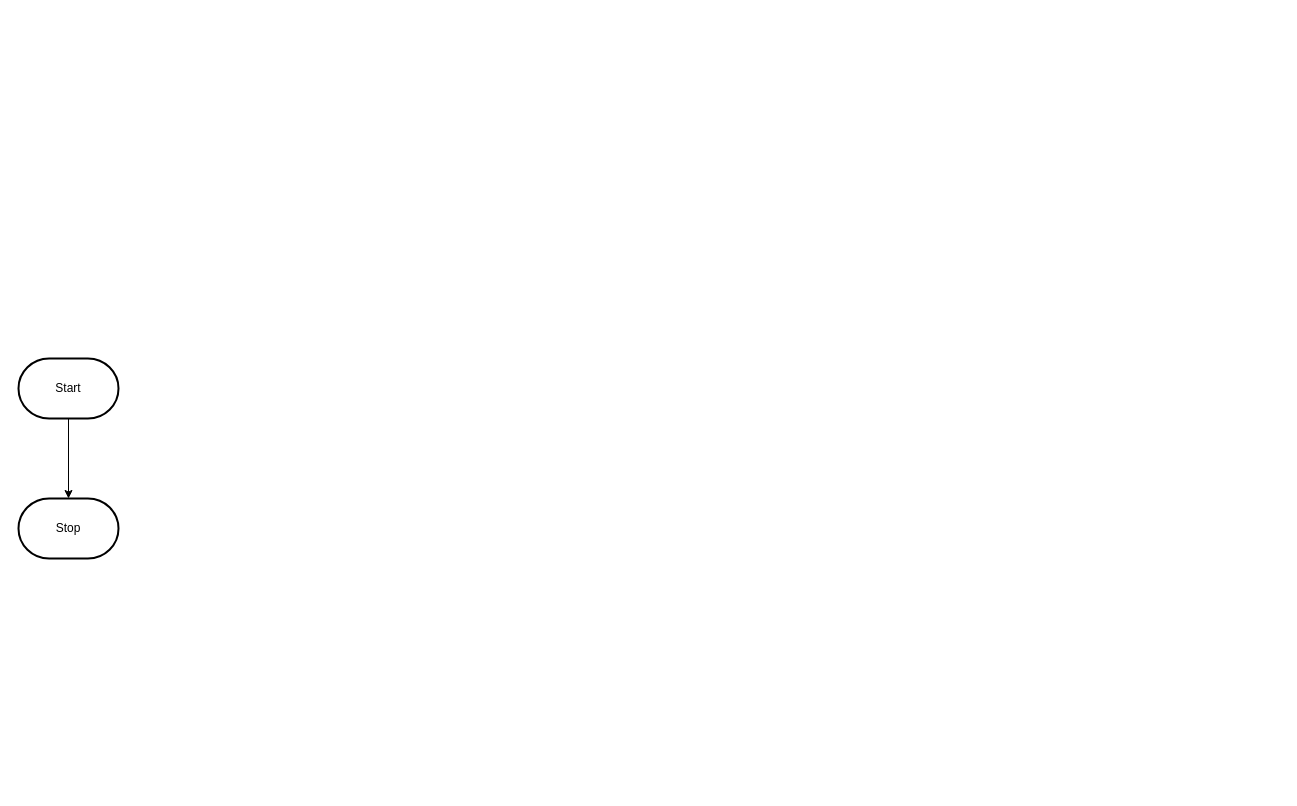
This is design/flowchart.drawio from MTHS-ICS2O-2-2022/ICS2O-Assignment-04-Mohamad-Tanbari, a draw.io file, before an edit. Source tidied: cells renumbered, new cells numbered last; positions are measured from the earlier drawing's top-left corner, leaving out a move shared by most shapes. Both pictures are drawn from the tidied source at 100%, with x=0, y=0 at pixel (18, 358).
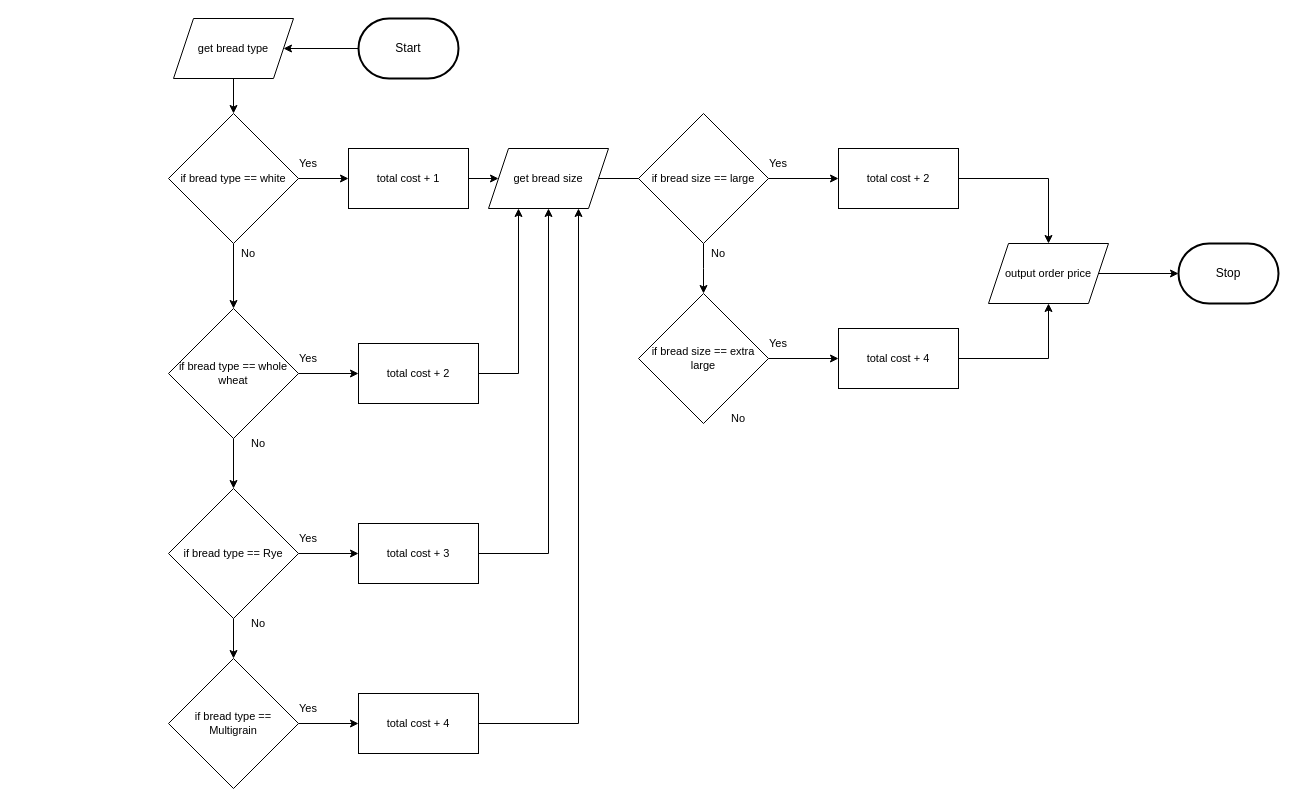
The same page after the edit.

The edit, as a diff of the source:
```diff
@@
-    <mxCell id="2" style="edgeStyle=orthogonalEdgeStyle;html=1;rounded=0;" parent="1" edge="1" source="3" target="4">
-      <mxGeometry relative="1" as="geometry" />
-    </mxCell>
+    <mxCell id="5" style="edgeStyle=orthogonalEdgeStyle;shape=connector;rounded=0;html=1;labelBackgroundColor=default;strokeColor=default;fontFamily=Helvetica;fontSize=11;fontColor=default;endArrow=classic;" parent="1" edge="1" source="3" target="2">
+      <mxGeometry relative="1" as="geometry" />
+    </mxCell>
     <mxCell id="3" value="Start" style="strokeWidth=2;html=1;shape=mxgraph.flowchart.terminator;whiteSpace=wrap;" parent="1" vertex="1">
-      <mxGeometry width="100" height="60" as="geometry" />
+      <mxGeometry x="340" y="-340" width="100" height="60" as="geometry" />
     </mxCell>
     <mxCell id="4" value="Stop" style="strokeWidth=2;html=1;shape=mxgraph.flowchart.terminator;whiteSpace=wrap;" parent="1" vertex="1">
-      <mxGeometry y="140" width="100" height="60" as="geometry" />
+      <mxGeometry x="1160" y="-115" width="100" height="60" as="geometry" />
     </mxCell>
+    <mxCell id="6" style="edgeStyle=orthogonalEdgeStyle;shape=connector;rounded=0;html=1;entryX=0.5;entryY=0;entryDx=0;entryDy=0;labelBackgroundColor=default;strokeColor=default;fontFamily=Helvetica;fontSize=11;fontColor=default;endArrow=classic;" parent="1" edge="1" source="2" target="9">
+      <mxGeometry relative="1" as="geometry" />
+    </mxCell>
+    <mxCell id="2" value="get bread type" style="shape=parallelogram;perimeter=parallelogramPerimeter;whiteSpace=wrap;html=1;fixedSize=1;fontFamily=Helvetica;fontSize=11;fontColor=default;" parent="1" vertex="1">
+      <mxGeometry x="155" y="-340" width="120" height="60" as="geometry" />
+    </mxCell>
+    <mxCell id="7" style="edgeStyle=orthogonalEdgeStyle;shape=connector;rounded=0;html=1;entryX=0;entryY=0.5;entryDx=0;entryDy=0;labelBackgroundColor=default;strokeColor=default;fontFamily=Helvetica;fontSize=11;fontColor=default;endArrow=classic;" parent="1" edge="1" source="9" target="11">
+      <mxGeometry relative="1" as="geometry" />
+    </mxCell>
+    <mxCell id="8" style="edgeStyle=orthogonalEdgeStyle;shape=connector;rounded=0;html=1;labelBackgroundColor=default;strokeColor=default;fontFamily=Helvetica;fontSize=11;fontColor=default;endArrow=classic;entryX=0.5;entryY=0;entryDx=0;entryDy=0;" parent="1" edge="1" source="9" target="16">
+      <mxGeometry relative="1" as="geometry" />
+    </mxCell>
+    <mxCell id="9" value="if bread type == white" style="rhombus;whiteSpace=wrap;html=1;fontFamily=Helvetica;fontSize=11;fontColor=default;" parent="1" vertex="1">
+      <mxGeometry x="150" y="-245" width="130" height="130" as="geometry" />
+    </mxCell>
+    <mxCell id="10" style="edgeStyle=orthogonalEdgeStyle;shape=connector;rounded=0;html=1;entryX=0;entryY=0.5;entryDx=0;entryDy=0;labelBackgroundColor=default;strokeColor=default;fontFamily=Helvetica;fontSize=11;fontColor=default;endArrow=classic;" parent="1" edge="1" source="11" target="34">
+      <mxGeometry relative="1" as="geometry" />
+    </mxCell>
+    <mxCell id="11" value="total cost + 1" style="rounded=0;whiteSpace=wrap;html=1;fontFamily=Helvetica;fontSize=11;fontColor=default;" parent="1" vertex="1">
+      <mxGeometry x="330" y="-210" width="120" height="60" as="geometry" />
+    </mxCell>
+    <mxCell id="12" value="No" style="text;html=1;strokeColor=none;fillColor=none;align=center;verticalAlign=middle;whiteSpace=wrap;rounded=0;fontFamily=Helvetica;fontSize=11;fontColor=default;" parent="1" vertex="1">
+      <mxGeometry x="200" y="-120" width="60" height="30" as="geometry" />
+    </mxCell>
+    <mxCell id="13" value="Yes" style="text;html=1;strokeColor=none;fillColor=none;align=center;verticalAlign=middle;whiteSpace=wrap;rounded=0;fontFamily=Helvetica;fontSize=11;fontColor=default;" parent="1" vertex="1">
+      <mxGeometry x="260" y="-210" width="60" height="30" as="geometry" />
+    </mxCell>
+    <mxCell id="14" style="edgeStyle=orthogonalEdgeStyle;shape=connector;rounded=0;html=1;entryX=0;entryY=0.5;entryDx=0;entryDy=0;labelBackgroundColor=default;strokeColor=default;fontFamily=Helvetica;fontSize=11;fontColor=default;endArrow=classic;" parent="1" edge="1" source="16" target="18">
+      <mxGeometry relative="1" as="geometry" />
+    </mxCell>
+    <mxCell id="15" style="edgeStyle=orthogonalEdgeStyle;shape=connector;rounded=0;html=1;labelBackgroundColor=default;strokeColor=default;fontFamily=Helvetica;fontSize=11;fontColor=default;endArrow=classic;" parent="1" edge="1" source="16" target="25">
+      <mxGeometry relative="1" as="geometry" />
+    </mxCell>
+    <mxCell id="16" value="if bread type == whole wheat" style="rhombus;whiteSpace=wrap;html=1;fontFamily=Helvetica;fontSize=11;fontColor=default;" parent="1" vertex="1">
+      <mxGeometry x="150" y="-50" width="130" height="130" as="geometry" />
+    </mxCell>
+    <mxCell id="17" style="edgeStyle=orthogonalEdgeStyle;shape=connector;rounded=0;html=1;entryX=0.25;entryY=1;entryDx=0;entryDy=0;labelBackgroundColor=default;strokeColor=default;fontFamily=Helvetica;fontSize=11;fontColor=default;endArrow=classic;" parent="1" edge="1" source="18" target="34">
+      <mxGeometry relative="1" as="geometry" />
+    </mxCell>
+    <mxCell id="18" value="total cost + 2" style="rounded=0;whiteSpace=wrap;html=1;fontFamily=Helvetica;fontSize=11;fontColor=default;" parent="1" vertex="1">
+      <mxGeometry x="340" y="-15" width="120" height="60" as="geometry" />
+    </mxCell>
+    <mxCell id="19" value="Yes" style="text;html=1;strokeColor=none;fillColor=none;align=center;verticalAlign=middle;whiteSpace=wrap;rounded=0;fontFamily=Helvetica;fontSize=11;fontColor=default;" parent="1" vertex="1">
+      <mxGeometry x="260" y="-15" width="60" height="30" as="geometry" />
+    </mxCell>
+    <mxCell id="20" style="edgeStyle=orthogonalEdgeStyle;shape=connector;rounded=0;html=1;entryX=0;entryY=0.5;entryDx=0;entryDy=0;labelBackgroundColor=default;strokeColor=default;fontFamily=Helvetica;fontSize=11;fontColor=default;endArrow=classic;" parent="1" edge="1" source="25" target="22">
+      <mxGeometry relative="1" as="geometry" />
+    </mxCell>
+    <mxCell id="21" style="edgeStyle=orthogonalEdgeStyle;shape=connector;rounded=0;html=1;entryX=0.5;entryY=1;entryDx=0;entryDy=0;labelBackgroundColor=default;strokeColor=default;fontFamily=Helvetica;fontSize=11;fontColor=default;endArrow=classic;" parent="1" edge="1" source="22" target="34">
+      <mxGeometry relative="1" as="geometry" />
+    </mxCell>
+    <mxCell id="22" value="total cost + 3" style="rounded=0;whiteSpace=wrap;html=1;fontFamily=Helvetica;fontSize=11;fontColor=default;" parent="1" vertex="1">
+      <mxGeometry x="340" y="165" width="120" height="60" as="geometry" />
+    </mxCell>
+    <mxCell id="23" value="Yes" style="text;html=1;strokeColor=none;fillColor=none;align=center;verticalAlign=middle;whiteSpace=wrap;rounded=0;fontFamily=Helvetica;fontSize=11;fontColor=default;" parent="1" vertex="1">
+      <mxGeometry x="260" y="165" width="60" height="30" as="geometry" />
+    </mxCell>
+    <mxCell id="24" style="edgeStyle=orthogonalEdgeStyle;shape=connector;rounded=0;html=1;labelBackgroundColor=default;strokeColor=default;fontFamily=Helvetica;fontSize=11;fontColor=default;endArrow=classic;" parent="1" edge="1" source="25" target="30">
+      <mxGeometry relative="1" as="geometry" />
+    </mxCell>
+    <mxCell id="25" value="if bread type == Rye" style="rhombus;whiteSpace=wrap;html=1;fontFamily=Helvetica;fontSize=11;fontColor=default;" parent="1" vertex="1">
+      <mxGeometry x="150" y="130" width="130" height="130" as="geometry" />
+    </mxCell>
+    <mxCell id="26" style="edgeStyle=orthogonalEdgeStyle;shape=connector;rounded=0;html=1;entryX=0;entryY=0.5;entryDx=0;entryDy=0;labelBackgroundColor=default;strokeColor=default;fontFamily=Helvetica;fontSize=11;fontColor=default;endArrow=classic;" parent="1" edge="1" source="30" target="28">
+      <mxGeometry relative="1" as="geometry" />
+    </mxCell>
+    <mxCell id="27" style="edgeStyle=orthogonalEdgeStyle;shape=connector;rounded=0;html=1;entryX=0.75;entryY=1;entryDx=0;entryDy=0;labelBackgroundColor=default;strokeColor=default;fontFamily=Helvetica;fontSize=11;fontColor=default;endArrow=classic;" parent="1" edge="1" source="28" target="34">
+      <mxGeometry relative="1" as="geometry" />
+    </mxCell>
+    <mxCell id="28" value="total cost + 4" style="rounded=0;whiteSpace=wrap;html=1;fontFamily=Helvetica;fontSize=11;fontColor=default;" parent="1" vertex="1">
+      <mxGeometry x="340" y="335" width="120" height="60" as="geometry" />
+    </mxCell>
+    <mxCell id="29" value="Yes" style="text;html=1;strokeColor=none;fillColor=none;align=center;verticalAlign=middle;whiteSpace=wrap;rounded=0;fontFamily=Helvetica;fontSize=11;fontColor=default;" parent="1" vertex="1">
+      <mxGeometry x="260" y="335" width="60" height="30" as="geometry" />
+    </mxCell>
+    <mxCell id="30" value="if bread type == &lt;br&gt;Multigrain" style="rhombus;whiteSpace=wrap;html=1;fontFamily=Helvetica;fontSize=11;fontColor=default;" parent="1" vertex="1">
+      <mxGeometry x="150" y="300" width="130" height="130" as="geometry" />
+    </mxCell>
+    <mxCell id="31" value="No" style="text;html=1;strokeColor=none;fillColor=none;align=center;verticalAlign=middle;whiteSpace=wrap;rounded=0;fontFamily=Helvetica;fontSize=11;fontColor=default;" parent="1" vertex="1">
+      <mxGeometry x="210" y="70" width="60" height="30" as="geometry" />
+    </mxCell>
+    <mxCell id="32" value="No" style="text;html=1;strokeColor=none;fillColor=none;align=center;verticalAlign=middle;whiteSpace=wrap;rounded=0;fontFamily=Helvetica;fontSize=11;fontColor=default;" parent="1" vertex="1">
+      <mxGeometry x="210" y="250" width="60" height="30" as="geometry" />
+    </mxCell>
+    <mxCell id="33" style="edgeStyle=orthogonalEdgeStyle;shape=connector;rounded=0;html=1;labelBackgroundColor=default;strokeColor=default;fontFamily=Helvetica;fontSize=11;fontColor=default;endArrow=classic;" parent="1" edge="1" source="34">
+      <mxGeometry relative="1" as="geometry">
+        <mxPoint x="680" y="-180" as="targetPoint" />
+      </mxGeometry>
+    </mxCell>
+    <mxCell id="34" value="get bread size" style="shape=parallelogram;perimeter=parallelogramPerimeter;whiteSpace=wrap;html=1;fixedSize=1;fontFamily=Helvetica;fontSize=11;fontColor=default;" parent="1" vertex="1">
+      <mxGeometry x="470" y="-210" width="120" height="60" as="geometry" />
+    </mxCell>
+    <mxCell id="35" style="edgeStyle=orthogonalEdgeStyle;shape=connector;rounded=0;html=1;labelBackgroundColor=default;strokeColor=default;fontFamily=Helvetica;fontSize=11;fontColor=default;endArrow=classic;" parent="1" edge="1" source="37" target="41">
+      <mxGeometry relative="1" as="geometry" />
+    </mxCell>
+    <mxCell id="36" style="edgeStyle=orthogonalEdgeStyle;shape=connector;rounded=0;html=1;labelBackgroundColor=default;strokeColor=default;fontFamily=Helvetica;fontSize=11;fontColor=default;endArrow=classic;" parent="1" edge="1" source="37">
+      <mxGeometry relative="1" as="geometry">
+        <mxPoint x="685" y="-65" as="targetPoint" />
+      </mxGeometry>
+    </mxCell>
+    <mxCell id="37" value="if bread size == large" style="rhombus;whiteSpace=wrap;html=1;fontFamily=Helvetica;fontSize=11;fontColor=default;" parent="1" vertex="1">
+      <mxGeometry x="620" y="-245" width="130" height="130" as="geometry" />
+    </mxCell>
+    <mxCell id="38" style="edgeStyle=orthogonalEdgeStyle;shape=connector;rounded=0;html=1;entryX=0;entryY=0.5;entryDx=0;entryDy=0;labelBackgroundColor=default;strokeColor=default;fontFamily=Helvetica;fontSize=11;fontColor=default;endArrow=classic;" parent="1" edge="1" source="39" target="43">
+      <mxGeometry relative="1" as="geometry" />
+    </mxCell>
+    <mxCell id="39" value="if bread size == extra large" style="rhombus;whiteSpace=wrap;html=1;fontFamily=Helvetica;fontSize=11;fontColor=default;" parent="1" vertex="1">
+      <mxGeometry x="620" y="-65" width="130" height="130" as="geometry" />
+    </mxCell>
+    <mxCell id="40" style="edgeStyle=orthogonalEdgeStyle;shape=connector;rounded=0;html=1;labelBackgroundColor=default;strokeColor=default;fontFamily=Helvetica;fontSize=11;fontColor=default;endArrow=classic;" parent="1" edge="1" source="41" target="45">
+      <mxGeometry relative="1" as="geometry" />
+    </mxCell>
+    <mxCell id="41" value="total cost + 2" style="rounded=0;whiteSpace=wrap;html=1;fontFamily=Helvetica;fontSize=11;fontColor=default;" parent="1" vertex="1">
+      <mxGeometry x="820" y="-210" width="120" height="60" as="geometry" />
+    </mxCell>
+    <mxCell id="42" style="edgeStyle=orthogonalEdgeStyle;shape=connector;rounded=0;html=1;labelBackgroundColor=default;strokeColor=default;fontFamily=Helvetica;fontSize=11;fontColor=default;endArrow=classic;entryX=0.5;entryY=1;entryDx=0;entryDy=0;" parent="1" edge="1" source="43" target="45">
+      <mxGeometry relative="1" as="geometry" />
+    </mxCell>
+    <mxCell id="43" value="total cost + 4" style="rounded=0;whiteSpace=wrap;html=1;fontFamily=Helvetica;fontSize=11;fontColor=default;" parent="1" vertex="1">
+      <mxGeometry x="820" y="-30" width="120" height="60" as="geometry" />
+    </mxCell>
+    <mxCell id="44" style="edgeStyle=orthogonalEdgeStyle;shape=connector;rounded=0;html=1;entryX=0;entryY=0.5;entryDx=0;entryDy=0;entryPerimeter=0;labelBackgroundColor=default;strokeColor=default;fontFamily=Helvetica;fontSize=11;fontColor=default;endArrow=classic;" parent="1" edge="1" source="45" target="4">
+      <mxGeometry relative="1" as="geometry" />
+    </mxCell>
+    <mxCell id="45" value="output order price" style="shape=parallelogram;perimeter=parallelogramPerimeter;whiteSpace=wrap;html=1;fixedSize=1;fontFamily=Helvetica;fontSize=11;fontColor=default;" parent="1" vertex="1">
+      <mxGeometry x="970" y="-115" width="120" height="60" as="geometry" />
+    </mxCell>
+    <mxCell id="46" value="No" style="text;html=1;strokeColor=none;fillColor=none;align=center;verticalAlign=middle;whiteSpace=wrap;rounded=0;fontFamily=Helvetica;fontSize=11;fontColor=default;" parent="1" vertex="1">
+      <mxGeometry x="670" y="-120" width="60" height="30" as="geometry" />
+    </mxCell>
+    <mxCell id="47" value="Yes" style="text;html=1;strokeColor=none;fillColor=none;align=center;verticalAlign=middle;whiteSpace=wrap;rounded=0;fontFamily=Helvetica;fontSize=11;fontColor=default;" parent="1" vertex="1">
+      <mxGeometry x="730" y="-210" width="60" height="30" as="geometry" />
+    </mxCell>
+    <mxCell id="48" value="Yes" style="text;html=1;strokeColor=none;fillColor=none;align=center;verticalAlign=middle;whiteSpace=wrap;rounded=0;fontFamily=Helvetica;fontSize=11;fontColor=default;" parent="1" vertex="1">
+      <mxGeometry x="730" y="-30" width="60" height="30" as="geometry" />
+    </mxCell>
+    <mxCell id="49" value="No" style="text;html=1;strokeColor=none;fillColor=none;align=center;verticalAlign=middle;whiteSpace=wrap;rounded=0;fontFamily=Helvetica;fontSize=11;fontColor=default;" parent="1" vertex="1">
+      <mxGeometry x="690" y="45" width="60" height="30" as="geometry" />
+    </mxCell>
```
